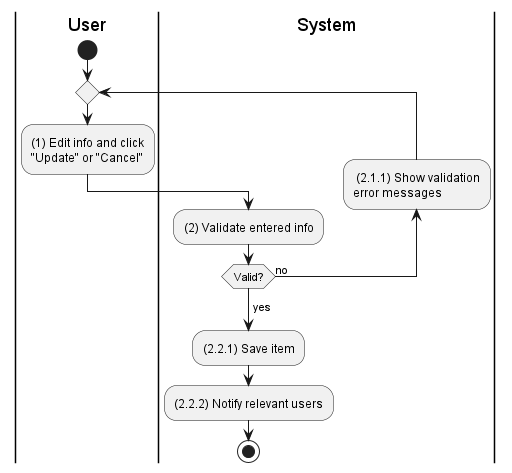
Before: activities/sales-order-update.png, a diagram exported from PlantUML (phihungha/scmss-reqs).
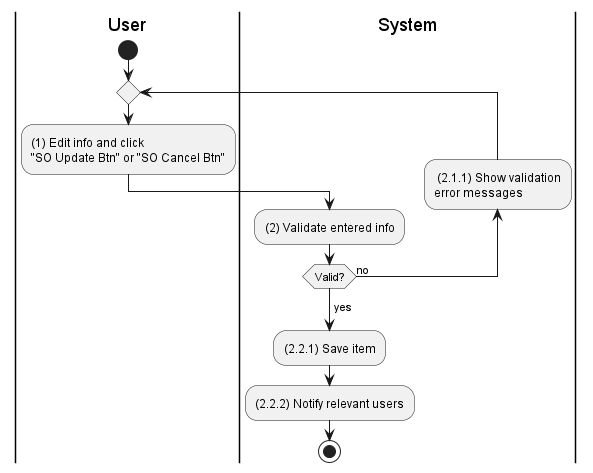
Later version of the same file.

Diff of the diagram source:
```diff
@@ -5,7 +5,7 @@
 |u|
 start
 repeat
-    :(1) Edit info and click\n"Update" or "Cancel";
+    :(1) Edit info and click\n"SO Update Btn" or "SO Cancel Btn";
     |s|
     :(2) Validate entered info;
     backward: (2.1.1) Show validation\nerror messages;
```
